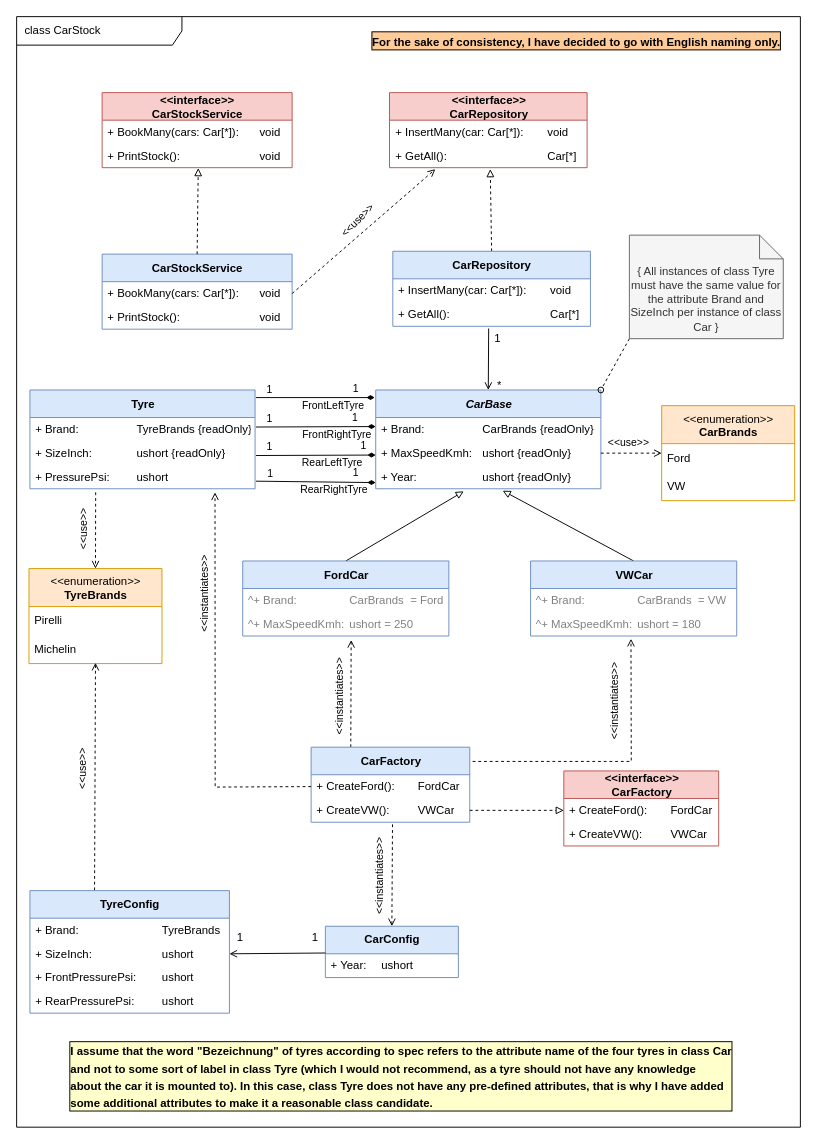
The draw.io diagram _Docs/Design.drawio in PaWeCoding/CarStock, before the edit. Source tidied: cells renumbered, new cells numbered last; positions are measured from the earlier drawing's top-left corner, leaving out a move shared by most shapes. Both pictures are drawn from the tidied source at 95%, with x=0, y=0 at pixel (16, 16).
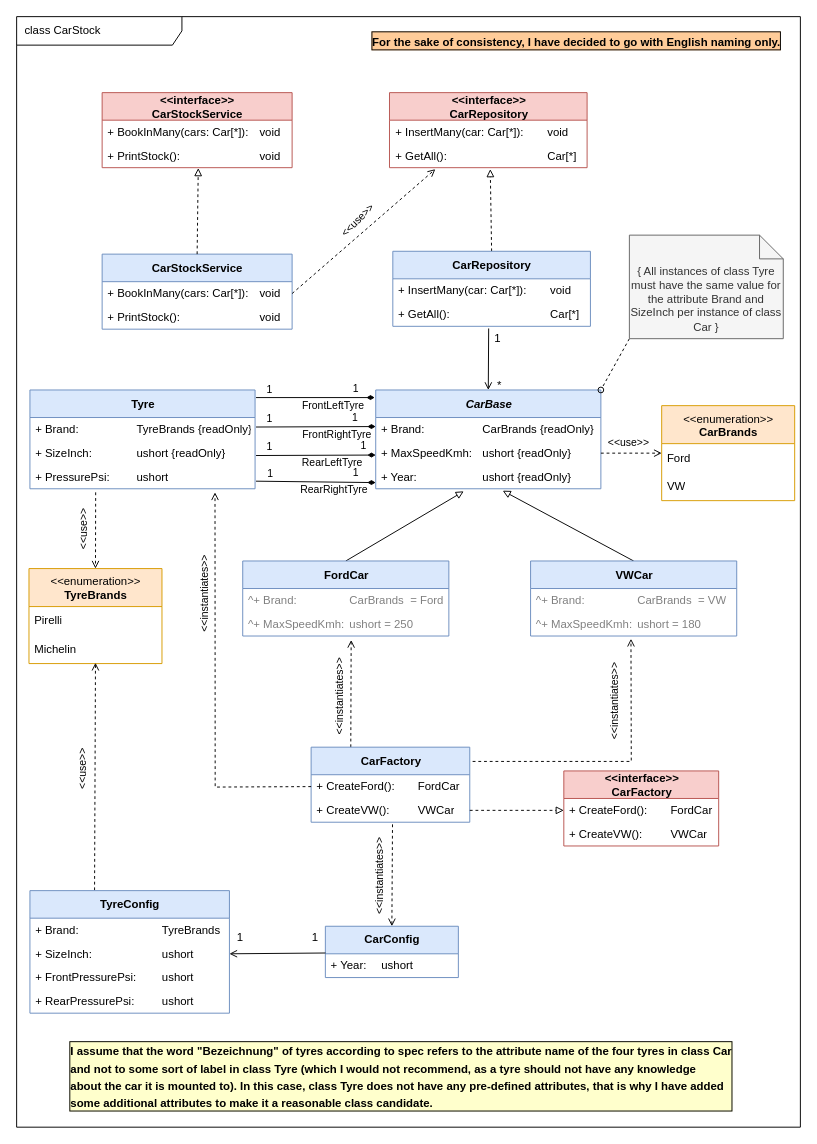
After the change.

Commit message:
Book operation in CarStockService renamed

Unchanged cells that the change refers to:
```xml
<mxCell id="42" value="CarStockService" style="swimlane;fontStyle=1;align=center;verticalAlign=middle;horizontal=1;startSize=29;html=1;fillColor=#dae8fc;strokeColor=#6c8ebf;" parent="1" vertex="1">
  <mxGeometry x="90" y="250" width="200" height="79" as="geometry" />
</mxCell>
<mxCell id="68" value="&amp;lt;&amp;lt;interface&amp;gt;&amp;gt;&lt;br&gt;CarStockService" style="swimlane;fontStyle=1;align=center;verticalAlign=middle;horizontal=1;startSize=29;html=1;fillColor=#f8cecc;strokeColor=#b85450;" parent="1" vertex="1">
  <mxGeometry x="90" y="80" width="200" height="79" as="geometry" />
</mxCell>
```

The edit, as a diff of the source:
```diff
@@
-    <mxCell id="43" value="+ BookMany(cars: Car[*]):&lt;span style=&quot;white-space: pre;&quot;&gt;&#9;&lt;/span&gt;void" style="text;html=1;strokeColor=none;fillColor=none;align=left;verticalAlign=middle;spacingLeft=4;spacingRight=4;overflow=hidden;points=[[0,0.5],[1,0.5]];portConstraint=eastwest;" parent="42" vertex="1">
+    <mxCell id="43" value="+ BookInMany(cars: Car[*]):&lt;span style=&quot;white-space: pre;&quot;&gt;&#9;&lt;/span&gt;void" style="text;html=1;strokeColor=none;fillColor=none;align=left;verticalAlign=middle;spacingLeft=4;spacingRight=4;overflow=hidden;points=[[0,0.5],[1,0.5]];portConstraint=eastwest;" parent="42" vertex="1">
       <mxGeometry y="29" width="200" height="25" as="geometry" />
     </mxCell>
@@
-    <mxCell id="69" value="+ BookMany(cars: Car[*]):&lt;span style=&quot;white-space: pre;&quot;&gt;&#9;&lt;/span&gt;void" style="text;html=1;strokeColor=none;fillColor=none;align=left;verticalAlign=middle;spacingLeft=4;spacingRight=4;overflow=hidden;" parent="68" vertex="1">
+    <mxCell id="69" value="+ BookInMany(cars: Car[*]):&lt;span style=&quot;white-space: pre;&quot;&gt;&#9;&lt;/span&gt;void" style="text;html=1;strokeColor=none;fillColor=none;align=left;verticalAlign=middle;spacingLeft=4;spacingRight=4;overflow=hidden;" parent="68" vertex="1">
       <mxGeometry y="29" width="200" height="25" as="geometry" />
     </mxCell>
```
